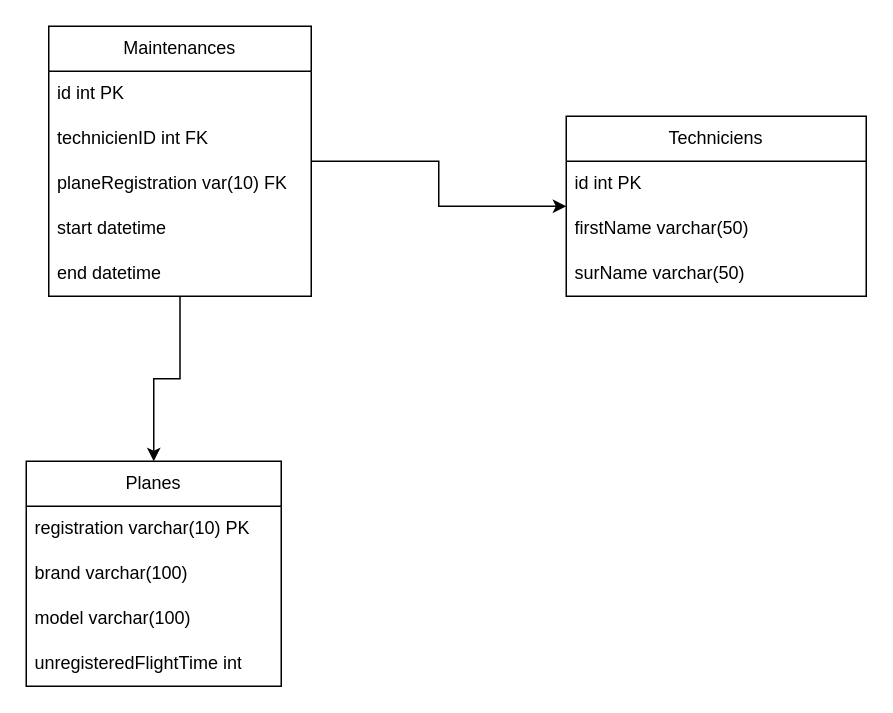
julieginest/APIGestionVols keeps this draw.io diagram as TP API Giorgio.drawio. Above is the earlier version. Source tidied: cells renumbered, new cells numbered last; positions are measured from the earlier drawing's top-left corner, leaving out a move shared by most shapes. Both pictures are drawn from the tidied source at 150%, with x=0, y=0 at pixel (26, 26).
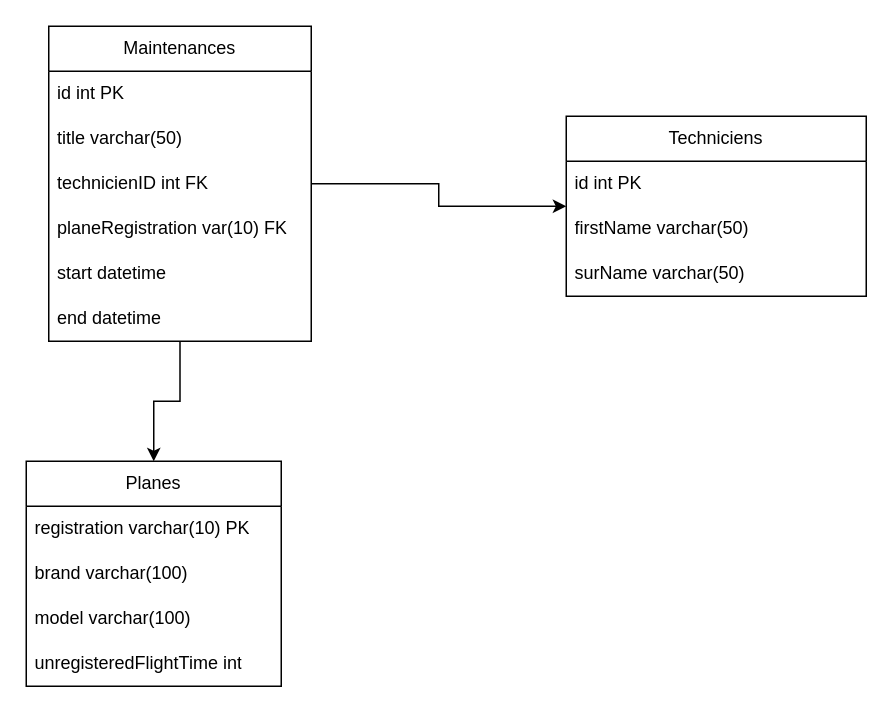
After the change.

Commit message (it also covers changes not shown here):
Adding title to maintenance in EndPoint.md

What changed in the source:
```diff
@@
 <mxGraphModel>
   <root>
     <mxCell id="0" />
     <mxCell id="1" parent="0" />
     <mxCell id="2" style="edgeStyle=orthogonalEdgeStyle;rounded=0;jettySize=auto;html=1;" parent="1" edge="1" source="4" target="10">
       <mxGeometry relative="1" as="geometry" />
     </mxCell>
     <mxCell id="3" style="edgeStyle=orthogonalEdgeStyle;rounded=0;jettySize=auto;html=1;" parent="1" edge="1" source="4" target="15">
       <mxGeometry relative="1" as="geometry" />
     </mxCell>
     <mxCell id="4" value="Maintenances" style="swimlane;fontStyle=0;horizontal=1;startSize=30;whiteSpace=wrap;html=1;" parent="1" vertex="1">
-      <mxGeometry x="15" width="175" height="180" as="geometry" />
+      <mxGeometry x="15" width="175" height="210" as="geometry" />
     </mxCell>
     <mxCell id="5" value="id int PK" style="text;strokeColor=none;fillColor=none;align=left;verticalAlign=middle;spacingLeft=4;spacingRight=4;overflow=hidden;whiteSpace=wrap;html=1;" parent="4" vertex="1">
       <mxGeometry y="30" width="175" height="30" as="geometry" />
     </mxCell>
+    <mxCell id="19" value="title varchar(50)" style="text;strokeColor=none;fillColor=none;align=left;verticalAlign=middle;spacingLeft=4;spacingRight=4;overflow=hidden;whiteSpace=wrap;html=1;" parent="4" vertex="1">
+      <mxGeometry y="60" width="175" height="30" as="geometry" />
+    </mxCell>
     <mxCell id="6" value="technicienID int FK" style="text;strokeColor=none;fillColor=none;align=left;verticalAlign=middle;spacingLeft=4;spacingRight=4;overflow=hidden;whiteSpace=wrap;html=1;" parent="4" vertex="1">
-      <mxGeometry y="60" width="175" height="30" as="geometry" />
+      <mxGeometry y="90" width="175" height="30" as="geometry" />
     </mxCell>
     <mxCell id="7" value="planeRegistration var(10) FK" style="text;strokeColor=none;fillColor=none;align=left;verticalAlign=middle;spacingLeft=4;spacingRight=4;overflow=hidden;whiteSpace=wrap;html=1;" parent="4" vertex="1">
-      <mxGeometry y="90" width="175" height="30" as="geometry" />
+      <mxGeometry y="120" width="175" height="30" as="geometry" />
     </mxCell>
     <mxCell id="8" value="start datetime" style="text;strokeColor=none;fillColor=none;align=left;verticalAlign=middle;spacingLeft=4;spacingRight=4;overflow=hidden;whiteSpace=wrap;html=1;" parent="4" vertex="1">
-      <mxGeometry y="120" width="175" height="30" as="geometry" />
+      <mxGeometry y="150" width="175" height="30" as="geometry" />
     </mxCell>
     <mxCell id="9" value="end datetime" style="text;strokeColor=none;fillColor=none;align=left;verticalAlign=middle;spacingLeft=4;spacingRight=4;overflow=hidden;whiteSpace=wrap;html=1;" parent="4" vertex="1">
-      <mxGeometry y="150" width="175" height="30" as="geometry" />
+      <mxGeometry y="180" width="175" height="30" as="geometry" />
     </mxCell>
     <mxCell id="10" value="Planes" style="swimlane;fontStyle=0;horizontal=1;startSize=30;whiteSpace=wrap;html=1;" parent="1" vertex="1">
       <mxGeometry y="290" width="170" height="150" as="geometry" />
     </mxCell>
     <mxCell id="11" value="registration varchar(10) PK" style="text;strokeColor=none;fillColor=none;align=left;verticalAlign=middle;spacingLeft=4;spacingRight=4;overflow=hidden;whiteSpace=wrap;html=1;" parent="10" vertex="1">
       <mxGeometry y="30" width="170" height="30" as="geometry" />
     </mxCell>
     <mxCell id="12" value="brand varchar(100)" style="text;strokeColor=none;fillColor=none;align=left;verticalAlign=middle;spacingLeft=4;spacingRight=4;overflow=hidden;whiteSpace=wrap;html=1;" parent="10" vertex="1">
       <mxGeometry y="60" width="170" height="30" as="geometry" />
     </mxCell>
     <mxCell id="13" value="model varchar(100)" style="text;strokeColor=none;fillColor=none;align=left;verticalAlign=middle;spacingLeft=4;spacingRight=4;overflow=hidden;whiteSpace=wrap;html=1;" parent="10" vertex="1">
       <mxGeometry y="90" width="170" height="30" as="geometry" />
     </mxCell>
     <mxCell id="14" value="unregisteredFlightTime int" style="text;strokeColor=none;fillColor=none;align=left;verticalAlign=middle;spacingLeft=4;spacingRight=4;overflow=hidden;whiteSpace=wrap;html=1;" parent="10" vertex="1">
       <mxGeometry y="120" width="170" height="30" as="geometry" />
     </mxCell>
     <mxCell id="15" value="Techniciens" style="swimlane;fontStyle=0;horizontal=1;startSize=30;whiteSpace=wrap;html=1;" parent="1" vertex="1">
       <mxGeometry x="360" y="60" width="200" height="120" as="geometry" />
     </mxCell>
     <mxCell id="16" value="id int PK" style="text;strokeColor=none;fillColor=none;align=left;verticalAlign=middle;spacingLeft=4;spacingRight=4;overflow=hidden;whiteSpace=wrap;html=1;" parent="15" vertex="1">
       <mxGeometry y="30" width="200" height="30" as="geometry" />
     </mxCell>
     <mxCell id="17" value="firstName varchar(50)" style="text;strokeColor=none;fillColor=none;align=left;verticalAlign=middle;spacingLeft=4;spacingRight=4;overflow=hidden;whiteSpace=wrap;html=1;" parent="15" vertex="1">
       <mxGeometry y="60" width="200" height="30" as="geometry" />
     </mxCell>
     <mxCell id="18" value="surName varchar(50)" style="text;strokeColor=none;fillColor=none;align=left;verticalAlign=middle;spacingLeft=4;spacingRight=4;overflow=hidden;whiteSpace=wrap;html=1;" parent="15" vertex="1">
       <mxGeometry y="90" width="200" height="30" as="geometry" />
     </mxCell>
   </root>
 </mxGraphModel>
```
